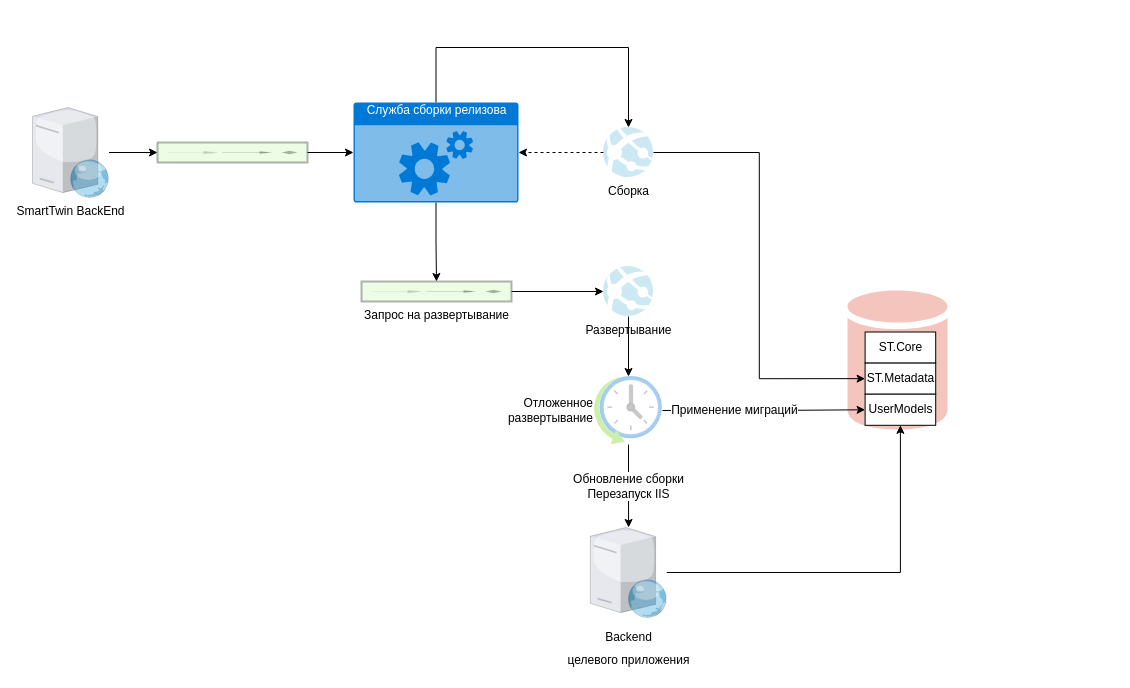
Before: page "DeployDetail" (6 of 7) of ModelConstructor.drawio in aaf1974/ProjectDiagram, a draw.io diagram. Source tidied: cells renumbered, new cells numbered last; positions are measured from the earlier drawing's top-left corner, leaving out a move shared by most shapes. Both pictures are drawn from the tidied source at 100%, with x=0, y=0 at pixel (32, 47).
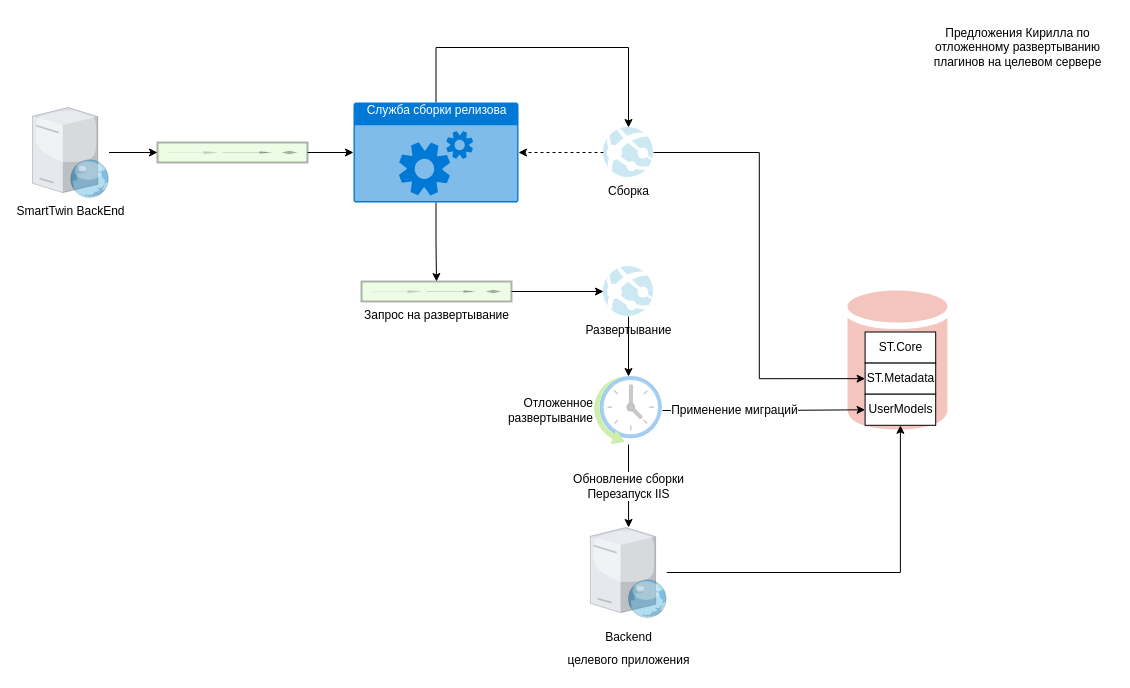
After the change.

Diff of the diagram source:
```diff
@@
+    <mxCell id="28" value="Предложения Кирилла по &lt;br&gt;отложенному развертыванию &lt;br&gt;плагинов на целевом сервере" style="text;html=1;align=center;verticalAlign=middle;strokeColor=none;fillColor=none;" parent="1" vertex="1">
+      <mxGeometry x="890" y="-30" width="190" height="60" as="geometry" />
+    </mxCell>
```
